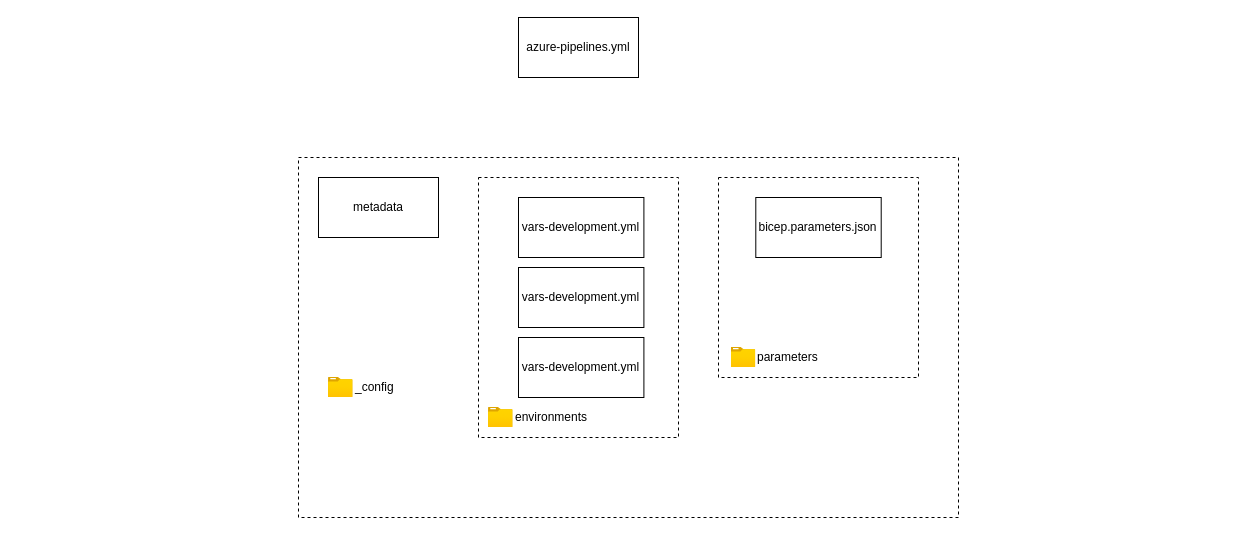
Above: page "config-<pattern>" (10 of 10) of docs/diagrams/plt-release_engine-common.drawio in thecloudexplorers/release-engine (draw.io), before the change. Source tidied: cells renumbered, new cells numbered last; positions are measured from the earlier drawing's top-left corner, leaving out a move shared by most shapes. Both pictures are drawn from the tidied source at 100%, with x=0, y=0 at pixel (298, 17).
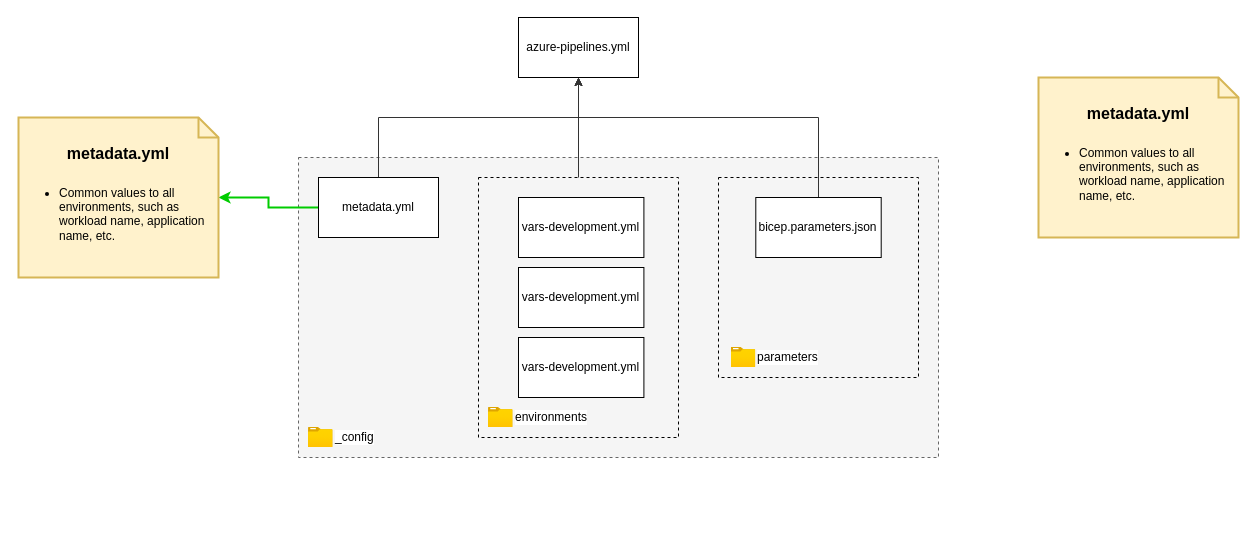
After the change.

Unchanged cells that the change refers to:
```xml
<mxCell id="3" value="azure-pipelines.yml" style="rounded=0;whiteSpace=wrap;html=1;" parent="1" vertex="1">
  <mxGeometry x="220" width="120" height="60" as="geometry" />
</mxCell>
<mxCell id="6" style="rounded=0;whiteSpace=wrap;html=1;fillColor=none;dashed=1;verticalAlign=top;align=left;labelPosition=center;verticalLabelPosition=middle;" parent="1" vertex="1">
  <mxGeometry x="180" y="160" width="200" height="260" as="geometry" />
</mxCell>
<mxCell id="13" value="bicep.parameters.json" style="rounded=0;whiteSpace=wrap;html=1;" parent="1" vertex="1">
  <mxGeometry x="457.3" y="180" width="125.4" height="60" as="geometry" />
</mxCell>
```

What changed in the source:
```diff
@@
-    <mxCell id="2" style="rounded=0;whiteSpace=wrap;html=1;fillColor=none;dashed=1;verticalAlign=top;align=left;labelPosition=center;verticalLabelPosition=middle;" parent="1" vertex="1">
-      <mxGeometry y="140" width="660" height="360" as="geometry" />
+    <mxCell id="2" style="rounded=0;whiteSpace=wrap;html=1;fillColor=#f5f5f5;dashed=1;verticalAlign=top;align=left;labelPosition=center;verticalLabelPosition=middle;fontColor=#333333;strokeColor=#666666;" parent="1" vertex="1">
+      <mxGeometry y="140" width="640" height="300" as="geometry" />
     </mxCell>
@@
+    <mxCell id="14" style="edgeStyle=orthogonalEdgeStyle;rounded=0;jettySize=auto;html=1;strokeColor=#00CC00;strokeWidth=2;" parent="1" edge="1" source="4" target="18">
+      <mxGeometry relative="1" as="geometry" />
+    </mxCell>
+    <mxCell id="15" style="edgeStyle=orthogonalEdgeStyle;rounded=0;jettySize=auto;html=1;strokeColor=#333333;" parent="1" edge="1" source="4" target="3">
+      <mxGeometry relative="1" as="geometry">
+        <Array as="points">
+          <mxPoint x="80" y="100" />
+          <mxPoint x="280" y="100" />
+        </Array>
+      </mxGeometry>
+    </mxCell>
-    <mxCell id="4" value="metadata" style="rounded=0;whiteSpace=wrap;html=1;" parent="1" vertex="1">
+    <mxCell id="4" value="metadata.yml" style="rounded=0;whiteSpace=wrap;html=1;" parent="1" vertex="1">
       <mxGeometry x="20" y="160" width="120" height="60" as="geometry" />
     </mxCell>
     <mxCell id="5" value="&lt;span style=&quot;text-align: left; text-wrap: wrap;&quot;&gt;_config&lt;/span&gt;" style="image;html=1;align=left;fontSize=12;image=img/lib/azure2/general/Folder_Blank.svg;labelPosition=right;verticalLabelPosition=middle;verticalAlign=middle;" parent="1" vertex="1">
-      <mxGeometry x="30" y="360" width="24.6" height="20" as="geometry" />
+      <mxGeometry x="10" y="410" width="24.6" height="20" as="geometry" />
     </mxCell>
+    <mxCell id="16" style="edgeStyle=orthogonalEdgeStyle;rounded=0;jettySize=auto;html=1;strokeColor=#333333;" parent="1" edge="1" source="6" target="3">
+      <mxGeometry relative="1" as="geometry" />
+    </mxCell>
@@
+    <mxCell id="17" style="edgeStyle=orthogonalEdgeStyle;rounded=0;jettySize=auto;html=1;entryX=0.5;entryY=1;entryDx=0;entryDy=0;strokeColor=#333333;" parent="1" edge="1" source="13" target="3">
+      <mxGeometry relative="1" as="geometry">
+        <Array as="points">
+          <mxPoint x="520" y="100" />
+          <mxPoint x="280" y="100" />
+        </Array>
+      </mxGeometry>
+    </mxCell>
@@
+    <mxCell id="18" value="&lt;h1 style=&quot;color: rgb(0, 0, 0); margin-top: 0px;&quot;&gt;&lt;font style=&quot;font-size: 16px;&quot;&gt;metadata.yml&lt;/font&gt;&lt;/h1&gt;&lt;h1 style=&quot;color: rgb(0, 0, 0); margin-top: 0px;&quot;&gt;&lt;p style=&quot;font-size: 12px; font-weight: 400; text-align: left;&quot;&gt;&lt;/p&gt;&lt;ul style=&quot;font-size: 12px; font-weight: 400; text-align: left;&quot;&gt;&lt;li&gt;Common values to all environments, such as workload name, application name, etc.&lt;/li&gt;&lt;/ul&gt;&lt;/h1&gt;" style="shape=note;strokeWidth=2;fontSize=14;size=20;whiteSpace=wrap;html=1;fillColor=#fff2cc;strokeColor=#d6b656;fontColor=#666600;" parent="1" vertex="1">
+      <mxGeometry x="-280" y="100" width="200" height="160" as="geometry" />
+    </mxCell>
+    <mxCell id="19" value="&lt;h1 style=&quot;color: rgb(0, 0, 0); margin-top: 0px;&quot;&gt;&lt;font style=&quot;font-size: 16px;&quot;&gt;metadata.yml&lt;/font&gt;&lt;/h1&gt;&lt;h1 style=&quot;color: rgb(0, 0, 0); margin-top: 0px;&quot;&gt;&lt;p style=&quot;font-size: 12px; font-weight: 400; text-align: left;&quot;&gt;&lt;/p&gt;&lt;ul style=&quot;font-size: 12px; font-weight: 400; text-align: left;&quot;&gt;&lt;li&gt;Common values to all environments, such as workload name, application name, etc.&lt;/li&gt;&lt;/ul&gt;&lt;/h1&gt;" style="shape=note;strokeWidth=2;fontSize=14;size=20;whiteSpace=wrap;html=1;fillColor=#fff2cc;strokeColor=#d6b656;fontColor=#666600;" parent="1" vertex="1">
+      <mxGeometry x="740" y="60" width="200" height="160" as="geometry" />
+    </mxCell>
```
